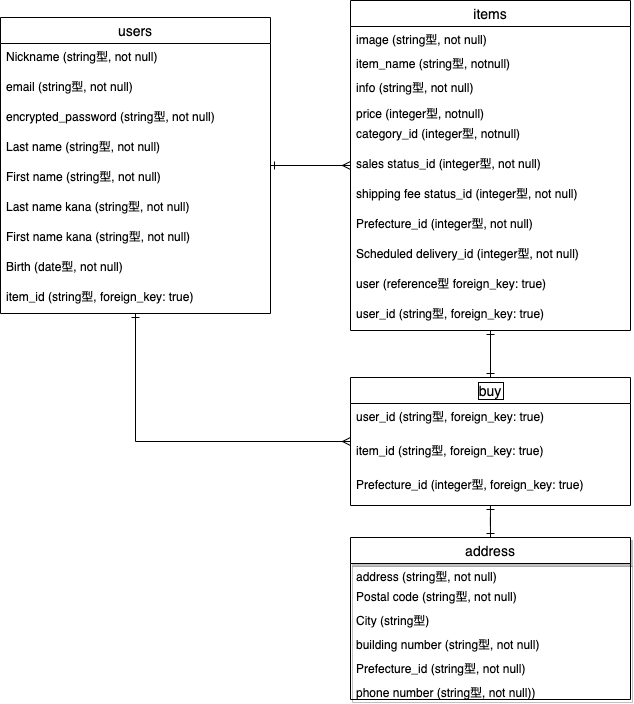
Earlier version of the draw.io export test.drawio.png (teru0429/furima-33042). Source tidied: cells renumbered, new cells last; positions are measured from the earlier drawing's top-left corner, leaving out a move shared by most shapes.
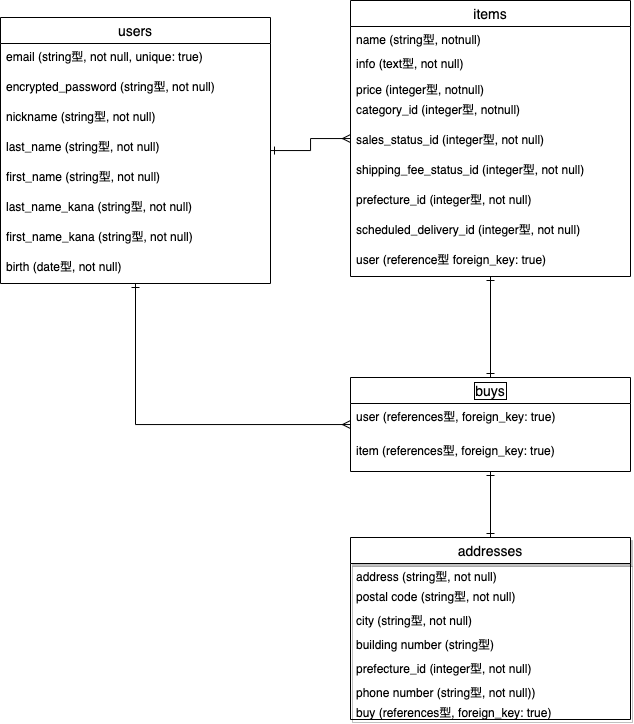
Later version of the same file.

The edit, as a diff of the source:
```diff
@@ -3,71 +3,62 @@
     <mxCell id="0" />
     <mxCell id="1" parent="0" />
     <mxCell id="2" value="users" style="swimlane;fontStyle=0;horizontal=1;startSize=26;align=center;fontSize=14;" parent="1" vertex="1">
-      <mxGeometry y="17" width="270" height="296" as="geometry" />
+      <mxGeometry y="17" width="270" height="266" as="geometry" />
     </mxCell>
-    <mxCell id="3" value="Nickname (string型, not null)" style="text;strokeColor=none;fillColor=none;spacingLeft=4;spacingRight=4;overflow=hidden;fontSize=12;" parent="2" vertex="1">
-      <mxGeometry y="26" width="270" height="30" as="geometry" />
-    </mxCell>
-    <mxCell id="4" value="email (string型, not null)" style="text;strokeColor=none;fillColor=none;spacingLeft=4;spacingRight=4;overflow=hidden;fontSize=12;" parent="2" vertex="1">
-      <mxGeometry y="56" width="270" height="30" as="geometry" />
+    <mxCell id="4" value="email (string型, not null, unique: true)" style="text;strokeColor=none;fillColor=none;spacingLeft=4;spacingRight=4;overflow=hidden;fontSize=12;" parent="2" vertex="1">
+      <mxGeometry y="26" width="270" height="30" as="geometry" />
     </mxCell>
     <mxCell id="5" value="encrypted_password (string型, not null)" style="text;strokeColor=none;fillColor=none;spacingLeft=4;spacingRight=4;overflow=hidden;fontSize=12;" parent="2" vertex="1">
-      <mxGeometry y="86" width="270" height="30" as="geometry" />
+      <mxGeometry y="56" width="270" height="30" as="geometry" />
     </mxCell>
+    <mxCell id="3" value="nickname (string型, not null)" style="text;strokeColor=none;fillColor=none;spacingLeft=4;spacingRight=4;overflow=hidden;fontSize=12;" parent="2" vertex="1">
+      <mxGeometry y="86" width="270" height="30" as="geometry" />
+    </mxCell>
-    <mxCell id="6" value="Last name (string型, not null)" style="text;strokeColor=none;fillColor=none;spacingLeft=4;spacingRight=4;overflow=hidden;fontSize=12;" parent="2" vertex="1">
+    <mxCell id="6" value="last_name (string型, not null)" style="text;strokeColor=none;fillColor=none;spacingLeft=4;spacingRight=4;overflow=hidden;fontSize=12;" parent="2" vertex="1">
       <mxGeometry y="116" width="270" height="30" as="geometry" />
     </mxCell>
-    <mxCell id="7" value="First name (string型, not null)" style="text;strokeColor=none;fillColor=none;spacingLeft=4;spacingRight=4;overflow=hidden;fontSize=12;" parent="2" vertex="1">
+    <mxCell id="7" value="first_name (string型, not null)" style="text;strokeColor=none;fillColor=none;spacingLeft=4;spacingRight=4;overflow=hidden;fontSize=12;" parent="2" vertex="1">
       <mxGeometry y="146" width="270" height="30" as="geometry" />
     </mxCell>
-    <mxCell id="8" value="Last name kana (string型, not null)" style="text;strokeColor=none;fillColor=none;spacingLeft=4;spacingRight=4;overflow=hidden;fontSize=12;" parent="2" vertex="1">
+    <mxCell id="8" value="last_name_kana (string型, not null)" style="text;strokeColor=none;fillColor=none;spacingLeft=4;spacingRight=4;overflow=hidden;fontSize=12;" parent="2" vertex="1">
       <mxGeometry y="176" width="270" height="30" as="geometry" />
     </mxCell>
-    <mxCell id="9" value="First name kana (string型, not null)" style="text;strokeColor=none;fillColor=none;spacingLeft=4;spacingRight=4;overflow=hidden;fontSize=12;" parent="2" vertex="1">
+    <mxCell id="9" value="first_name_kana (string型, not null)" style="text;strokeColor=none;fillColor=none;spacingLeft=4;spacingRight=4;overflow=hidden;fontSize=12;" parent="2" vertex="1">
       <mxGeometry y="206" width="270" height="30" as="geometry" />
     </mxCell>
-    <mxCell id="10" value="Birth (date型, not null)" style="text;strokeColor=none;fillColor=none;spacingLeft=4;spacingRight=4;overflow=hidden;fontSize=12;" parent="2" vertex="1">
+    <mxCell id="10" value="birth (date型, not null)" style="text;strokeColor=none;fillColor=none;spacingLeft=4;spacingRight=4;overflow=hidden;fontSize=12;" parent="2" vertex="1">
       <mxGeometry y="236" width="270" height="30" as="geometry" />
     </mxCell>
-    <mxCell id="11" value="item_id (string型, foreign_key: true)" style="text;strokeColor=none;fillColor=none;spacingLeft=4;spacingRight=4;overflow=hidden;fontSize=12;" parent="2" vertex="1">
-      <mxGeometry y="266" width="270" height="30" as="geometry" />
-    </mxCell>
     <mxCell id="12" value="items" style="swimlane;fontStyle=0;horizontal=1;startSize=26;align=center;fontSize=14;" parent="1" vertex="1">
-      <mxGeometry x="350" width="280" height="330" as="geometry" />
+      <mxGeometry x="350" width="280" height="276" as="geometry" />
     </mxCell>
-    <mxCell id="13" value="image (string型, not null)" style="text;strokeColor=none;fillColor=none;spacingLeft=4;spacingRight=4;overflow=hidden;fontSize=12;" parent="12" vertex="1">
-      <mxGeometry y="26" width="280" height="24" as="geometry" />
-    </mxCell>
-    <mxCell id="14" value="item_name (string型, notnull)" style="text;strokeColor=none;fillColor=none;spacingLeft=4;spacingRight=4;overflow=hidden;fontSize=12;" parent="12" vertex="1">
-      <mxGeometry y="50" width="280" height="24" as="geometry" />
+    <mxCell id="14" value="name (string型, notnull)" style="text;strokeColor=none;fillColor=none;spacingLeft=4;spacingRight=4;overflow=hidden;fontSize=12;" parent="12" vertex="1">
+      <mxGeometry y="26" width="280" height="24" as="geometry" />
     </mxCell>
-    <mxCell id="15" value="info (string型, not null)" style="text;strokeColor=none;fillColor=none;spacingLeft=4;spacingRight=4;overflow=hidden;fontSize=12;" parent="12" vertex="1">
-      <mxGeometry y="74" width="280" height="26" as="geometry" />
+    <mxCell id="15" value="info (text型, not null)" style="text;strokeColor=none;fillColor=none;spacingLeft=4;spacingRight=4;overflow=hidden;fontSize=12;" parent="12" vertex="1">
+      <mxGeometry y="50" width="280" height="26" as="geometry" />
     </mxCell>
     <mxCell id="16" value="price (integer型, notnull)" style="text;strokeColor=none;fillColor=none;spacingLeft=4;spacingRight=4;overflow=hidden;fontSize=12;" parent="12" vertex="1">
-      <mxGeometry y="100" width="280" height="20" as="geometry" />
+      <mxGeometry y="76" width="280" height="20" as="geometry" />
     </mxCell>
     <mxCell id="17" value="category_id (integer型, notnull)" style="text;strokeColor=none;fillColor=none;spacingLeft=4;spacingRight=4;overflow=hidden;fontSize=12;" parent="12" vertex="1">
-      <mxGeometry y="120" width="280" height="30" as="geometry" />
+      <mxGeometry y="96" width="280" height="30" as="geometry" />
     </mxCell>
-    <mxCell id="18" value="sales status_id (integer型, not null)" style="text;strokeColor=none;fillColor=none;spacingLeft=4;spacingRight=4;overflow=hidden;fontSize=12;" parent="12" vertex="1">
-      <mxGeometry y="150" width="280" height="30" as="geometry" />
+    <mxCell id="18" value="sales_status_id (integer型, not null)" style="text;strokeColor=none;fillColor=none;spacingLeft=4;spacingRight=4;overflow=hidden;fontSize=12;" parent="12" vertex="1">
+      <mxGeometry y="126" width="280" height="30" as="geometry" />
     </mxCell>
-    <mxCell id="19" value="shipping fee status_id (integer型, not null)" style="text;strokeColor=none;fillColor=none;spacingLeft=4;spacingRight=4;overflow=hidden;fontSize=12;" parent="12" vertex="1">
-      <mxGeometry y="180" width="280" height="30" as="geometry" />
+    <mxCell id="19" value="shipping_fee_status_id (integer型, not null)" style="text;strokeColor=none;fillColor=none;spacingLeft=4;spacingRight=4;overflow=hidden;fontSize=12;" parent="12" vertex="1">
+      <mxGeometry y="156" width="280" height="30" as="geometry" />
     </mxCell>
-    <mxCell id="20" value="Prefecture_id (integer型, not null)" style="text;strokeColor=none;fillColor=none;spacingLeft=4;spacingRight=4;overflow=hidden;fontSize=12;" parent="12" vertex="1">
-      <mxGeometry y="210" width="280" height="30" as="geometry" />
+    <mxCell id="20" value="prefecture_id (integer型, not null)" style="text;strokeColor=none;fillColor=none;spacingLeft=4;spacingRight=4;overflow=hidden;fontSize=12;" parent="12" vertex="1">
+      <mxGeometry y="186" width="280" height="30" as="geometry" />
     </mxCell>
-    <mxCell id="21" value="Scheduled delivery_id (integer型, not null)" style="text;strokeColor=none;fillColor=none;spacingLeft=4;spacingRight=4;overflow=hidden;fontSize=12;" parent="12" vertex="1">
-      <mxGeometry y="240" width="280" height="30" as="geometry" />
+    <mxCell id="21" value="scheduled_delivery_id (integer型, not null)" style="text;strokeColor=none;fillColor=none;spacingLeft=4;spacingRight=4;overflow=hidden;fontSize=12;" parent="12" vertex="1">
+      <mxGeometry y="216" width="280" height="30" as="geometry" />
     </mxCell>
     <mxCell id="22" value="user (reference型 foreign_key: true)" style="text;strokeColor=none;fillColor=none;spacingLeft=4;spacingRight=4;overflow=hidden;fontSize=12;" parent="12" vertex="1">
-      <mxGeometry y="270" width="280" height="30" as="geometry" />
+      <mxGeometry y="246" width="280" height="30" as="geometry" />
     </mxCell>
-    <mxCell id="23" value="user_id (string型, foreign_key: true)" style="text;strokeColor=none;fillColor=none;spacingLeft=4;spacingRight=4;overflow=hidden;fontSize=12;" parent="12" vertex="1">
-      <mxGeometry y="300" width="280" height="30" as="geometry" />
-    </mxCell>
     <mxCell id="24" style="edgeStyle=orthogonalEdgeStyle;rounded=0;jettySize=auto;html=1;startArrow=ERone;startFill=0;endArrow=ERmany;endFill=0;" parent="1" edge="1" source="2" target="12">
       <mxGeometry relative="1" as="geometry" />
     </mxCell>
@@ -80,38 +71,38 @@
     <mxCell id="27" style="edgeStyle=orthogonalEdgeStyle;rounded=0;jettySize=auto;html=1;startArrow=ERone;startFill=0;endArrow=ERone;endFill=0;exitX=0.5;exitY=0;exitDx=0;exitDy=0;" parent="1" edge="1" source="28" target="35">
       <mxGeometry relative="1" as="geometry" />
     </mxCell>
-    <mxCell id="28" value="address" style="swimlane;fontStyle=0;horizontal=1;startSize=26;align=center;fontSize=14;shadow=1;" parent="1" vertex="1">
-      <mxGeometry x="350" y="537" width="280" height="162" as="geometry" />
+    <mxCell id="28" value="addresses" style="swimlane;fontStyle=0;horizontal=1;startSize=26;align=center;fontSize=14;shadow=1;" parent="1" vertex="1">
+      <mxGeometry x="350" y="537" width="280" height="182" as="geometry" />
     </mxCell>
     <mxCell id="29" value="address (string型, not null)" style="text;strokeColor=none;fillColor=none;spacingLeft=4;spacingRight=4;overflow=hidden;fontSize=12;" parent="28" vertex="1">
       <mxGeometry y="26" width="280" height="20" as="geometry" />
     </mxCell>
-    <mxCell id="30" value="Postal code (string型, not null)" style="text;strokeColor=none;fillColor=none;spacingLeft=4;spacingRight=4;overflow=hidden;fontSize=12;" parent="28" vertex="1">
+    <mxCell id="30" value="postal code (string型, not null)" style="text;strokeColor=none;fillColor=none;spacingLeft=4;spacingRight=4;overflow=hidden;fontSize=12;" parent="28" vertex="1">
       <mxGeometry y="46" width="280" height="24" as="geometry" />
     </mxCell>
-    <mxCell id="31" value="City (string型)" style="text;strokeColor=none;fillColor=none;spacingLeft=4;spacingRight=4;overflow=hidden;fontSize=12;" parent="28" vertex="1">
+    <mxCell id="31" value="city (string型, not null)" style="text;strokeColor=none;fillColor=none;spacingLeft=4;spacingRight=4;overflow=hidden;fontSize=12;" parent="28" vertex="1">
       <mxGeometry y="70" width="280" height="24" as="geometry" />
     </mxCell>
-    <mxCell id="32" value="building number (string型, not null)" style="text;strokeColor=none;fillColor=none;spacingLeft=4;spacingRight=4;overflow=hidden;fontSize=12;" parent="28" vertex="1">
+    <mxCell id="32" value="building number (string型)" style="text;strokeColor=none;fillColor=none;spacingLeft=4;spacingRight=4;overflow=hidden;fontSize=12;" parent="28" vertex="1">
       <mxGeometry y="94" width="280" height="24" as="geometry" />
     </mxCell>
-    <mxCell id="33" value="Prefecture_id (string型, not null)" style="text;strokeColor=none;fillColor=none;spacingLeft=4;spacingRight=4;overflow=hidden;fontSize=12;" parent="28" vertex="1">
+    <mxCell id="33" value="prefecture_id (integer型, not null)" style="text;strokeColor=none;fillColor=none;spacingLeft=4;spacingRight=4;overflow=hidden;fontSize=12;" parent="28" vertex="1">
       <mxGeometry y="118" width="280" height="24" as="geometry" />
     </mxCell>
     <mxCell id="34" value="phone number (string型, not null))" style="text;strokeColor=none;fillColor=none;spacingLeft=4;spacingRight=4;overflow=hidden;fontSize=12;" parent="28" vertex="1">
       <mxGeometry y="142" width="280" height="20" as="geometry" />
     </mxCell>
+    <mxCell id="39" value="buy (references型, foreign_key: true)" style="text;strokeColor=none;fillColor=none;spacingLeft=4;spacingRight=4;overflow=hidden;fontSize=12;" parent="28" vertex="1">
+      <mxGeometry y="162" width="280" height="20" as="geometry" />
+    </mxCell>
-    <mxCell id="35" value="buy" style="swimlane;fontStyle=0;horizontal=1;startSize=26;align=center;fontSize=14;labelBorderColor=#000000;" parent="1" vertex="1">
-      <mxGeometry x="350" y="377" width="280" height="128" as="geometry" />
+    <mxCell id="35" value="buys" style="swimlane;fontStyle=0;horizontal=1;startSize=26;align=center;fontSize=14;labelBorderColor=#000000;" parent="1" vertex="1">
+      <mxGeometry x="350" y="377" width="280" height="94" as="geometry" />
     </mxCell>
-    <mxCell id="36" value="user_id (string型, foreign_key: true)" style="text;strokeColor=none;fillColor=none;spacingLeft=4;spacingRight=4;overflow=hidden;fontSize=12;" parent="35" vertex="1">
+    <mxCell id="36" value="user (references型, foreign_key: true)" style="text;strokeColor=none;fillColor=none;spacingLeft=4;spacingRight=4;overflow=hidden;fontSize=12;" parent="35" vertex="1">
       <mxGeometry y="26" width="280" height="34" as="geometry" />
     </mxCell>
-    <mxCell id="37" value="item_id (string型, foreign_key: true)" style="text;strokeColor=none;fillColor=none;spacingLeft=4;spacingRight=4;overflow=hidden;fontSize=12;" parent="35" vertex="1">
+    <mxCell id="37" value="item (references型, foreign_key: true)" style="text;strokeColor=none;fillColor=none;spacingLeft=4;spacingRight=4;overflow=hidden;fontSize=12;" parent="35" vertex="1">
       <mxGeometry y="60" width="280" height="34" as="geometry" />
     </mxCell>
-    <mxCell id="38" value="Prefecture_id (integer型, foreign_key: true)" style="text;strokeColor=none;fillColor=none;spacingLeft=4;spacingRight=4;overflow=hidden;fontSize=12;" parent="35" vertex="1">
-      <mxGeometry y="94" width="280" height="34" as="geometry" />
-    </mxCell>
   </root>
 </mxGraphModel>
```
